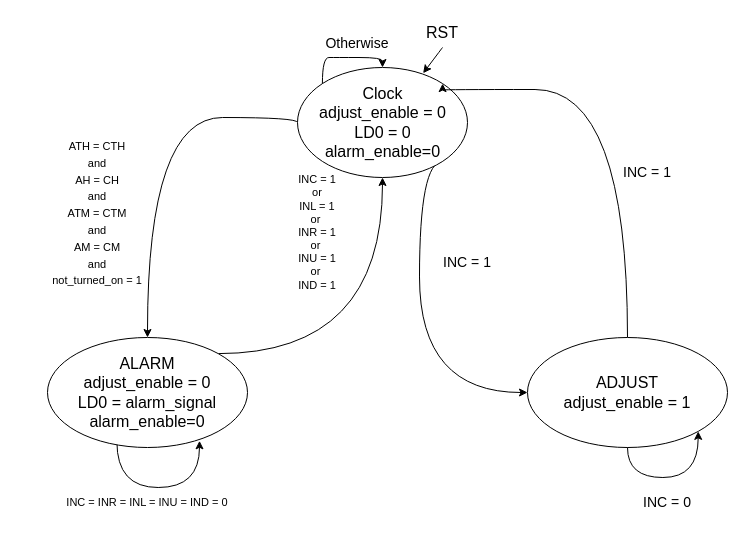
Earlier version of the draw.io diagram page "FSM- Main Circuit" (5 of 7) of Block Diagram.drawio (MagdElDinAhmed/DD1-Project2). Source tidied: cells renumbered, new cells numbered last; positions are measured from the earlier drawing's top-left corner, leaving out a move shared by most shapes. Both pictures are drawn from the tidied source at 100%, with x=0, y=0 at pixel (17, 17).
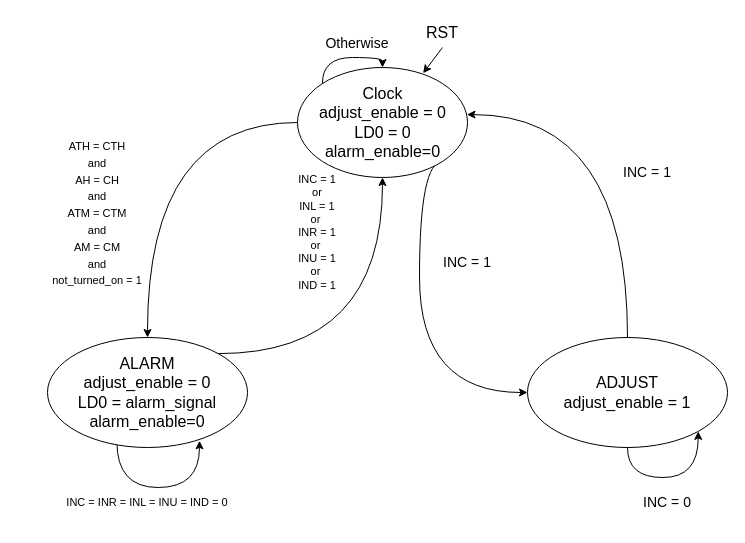
Above is the later version.

Unchanged cells that the change refers to:
```xml
<mxCell id="4" style="ellipse;whiteSpace=wrap;html=1;" parent="1" vertex="1">
  <mxGeometry x="280" y="50" width="170" height="110" as="geometry" />
</mxCell>
<mxCell id="7" style="ellipse;whiteSpace=wrap;html=1;" parent="1" vertex="1">
  <mxGeometry x="30" y="320" width="200" height="110" as="geometry" />
</mxCell>
<mxCell id="11" style="ellipse;whiteSpace=wrap;html=1;" parent="1" vertex="1">
  <mxGeometry x="510" y="320" width="200" height="110" as="geometry" />
</mxCell>
```

Change to the diagram source:
```diff
@@
     <mxCell id="3" style="edgeStyle=orthogonalEdgeStyle;jettySize=auto;html=1;exitX=0;exitY=0.5;exitDx=0;exitDy=0;fontSize=14;entryX=0.5;entryY=0;entryDx=0;entryDy=0;curved=1;" parent="1" edge="1" source="4" target="7">
       <mxGeometry relative="1" as="geometry">
         <Array as="points">
-          <mxPoint x="130" y="100" />
+          <mxPoint x="130" y="105" />
         </Array>
       </mxGeometry>
     </mxCell>
@@
-    <mxCell id="10" style="edgeStyle=orthogonalEdgeStyle;jettySize=auto;html=1;exitX=0.5;exitY=0;exitDx=0;exitDy=0;fontSize=14;entryX=1;entryY=0;entryDx=0;entryDy=0;curved=1;" parent="1" edge="1" source="11" target="4">
-      <mxGeometry relative="1" as="geometry">
-        <Array as="points">
-          <mxPoint x="610" y="72" />
-        </Array>
-      </mxGeometry>
+    <mxCell id="10" style="edgeStyle=orthogonalEdgeStyle;curved=1;jettySize=auto;html=1;exitX=0.5;exitY=0;exitDx=0;exitDy=0;fontSize=24;entryX=0.997;entryY=0.428;entryDx=0;entryDy=0;entryPerimeter=0;" parent="1" edge="1" source="11" target="4">
+      <mxGeometry relative="1" as="geometry" />
     </mxCell>
@@
     <mxCell id="13" style="edgeStyle=orthogonalEdgeStyle;orthogonalLoop=1;jettySize=auto;html=1;exitX=0;exitY=0;exitDx=0;exitDy=0;entryX=0.5;entryY=0;entryDx=0;entryDy=0;fontSize=16;curved=1;" parent="1" edge="1" source="4" target="4">
       <mxGeometry relative="1" as="geometry">
         <Array as="points">
-          <mxPoint x="318" y="40" />
-          <mxPoint x="360" y="40" />
+          <mxPoint x="305" y="40" />
+          <mxPoint x="365" y="40" />
         </Array>
       </mxGeometry>
     </mxCell>
```
